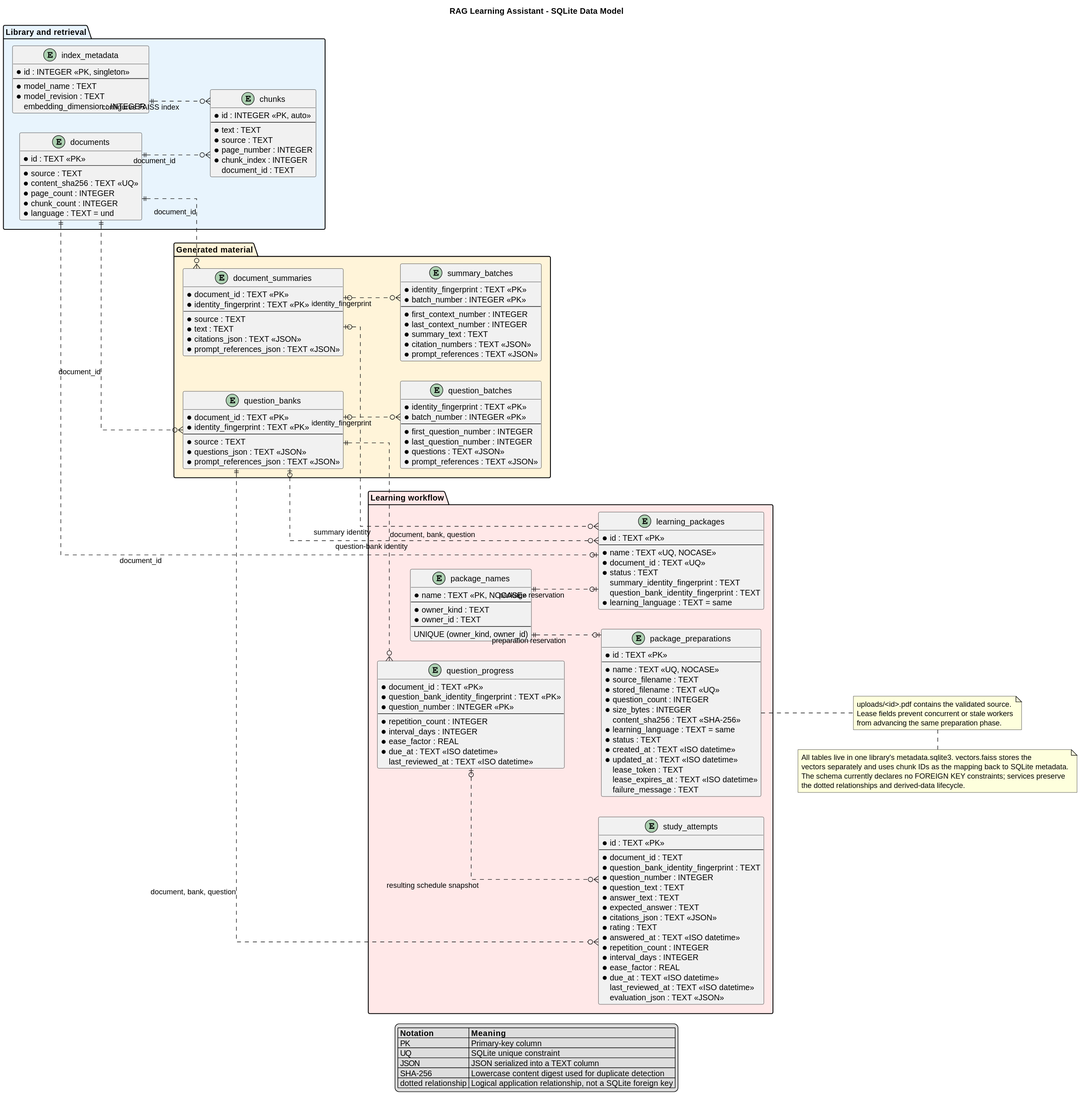
Above: docs/database-overview.svg in ebe542/rag-learning-assistant (PlantUML), before the change.
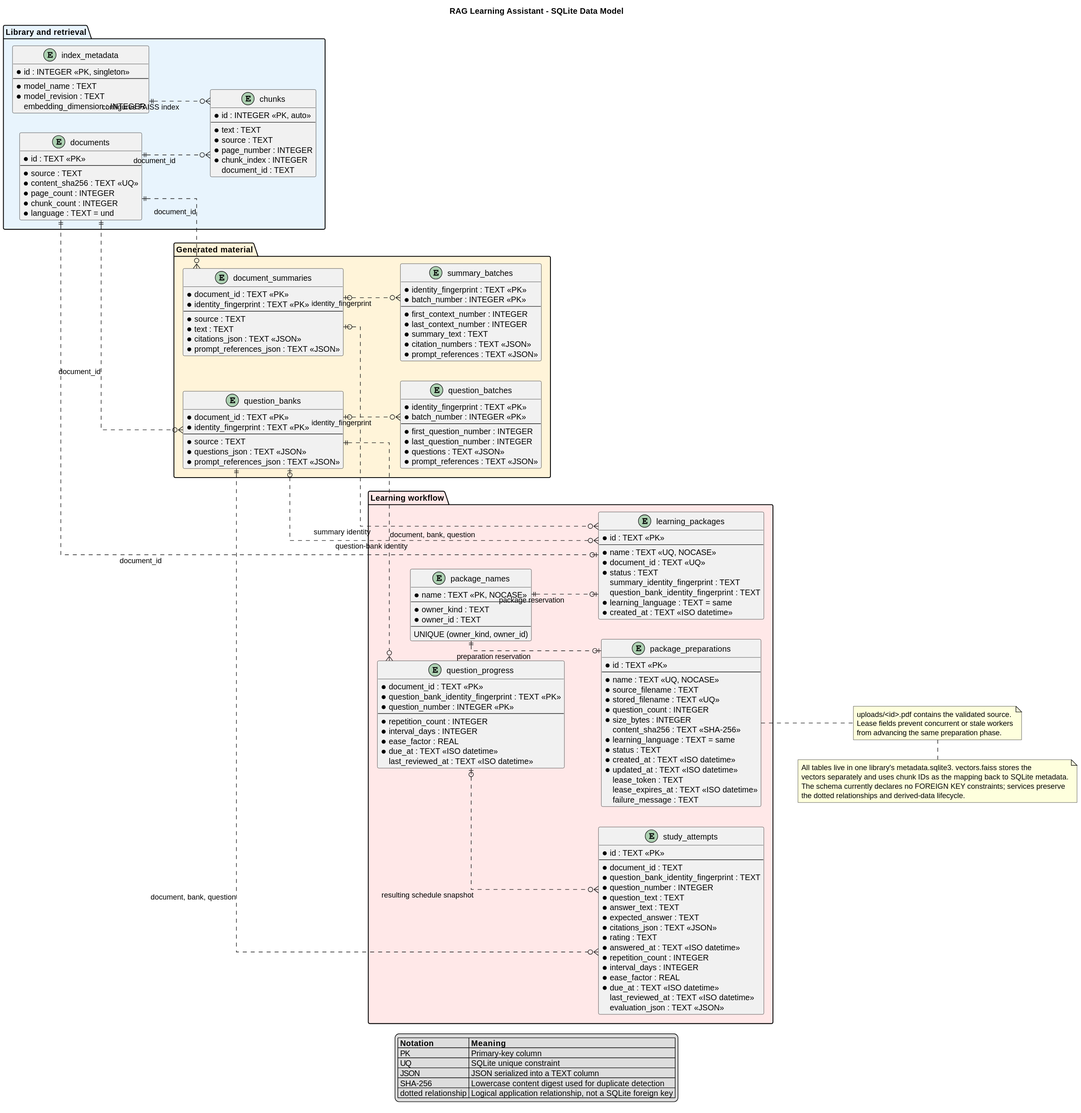
The same diagram one commit later.

The edit, as a diff of the source:
```diff
@@ -118,6 +118,7 @@
     summary_identity_fingerprint : TEXT
     question_bank_identity_fingerprint : TEXT
     * learning_language : TEXT = same
+    * created_at : TEXT <<ISO datetime>>
   }
 
   entity question_progress {
```
